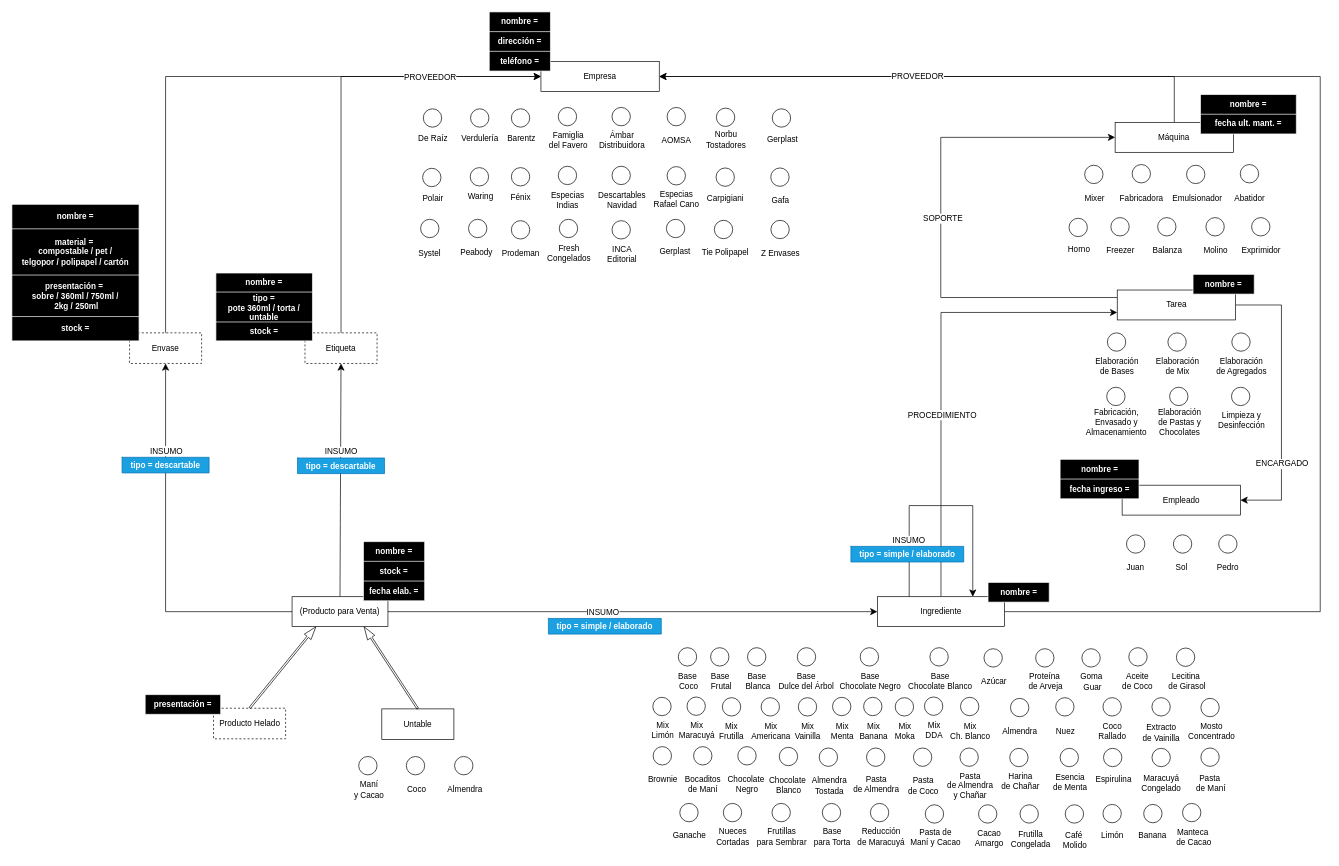
The draw.io diagram Modelo Heladería.drawio in franualba/diagrams, before the edit. Source tidied: cells renumbered, new cells numbered last; positions are measured from the earlier drawing's top-left corner, leaving out a move shared by most shapes. Both pictures are drawn from the tidied source at 68%, with x=0, y=0 at pixel (12, 12).
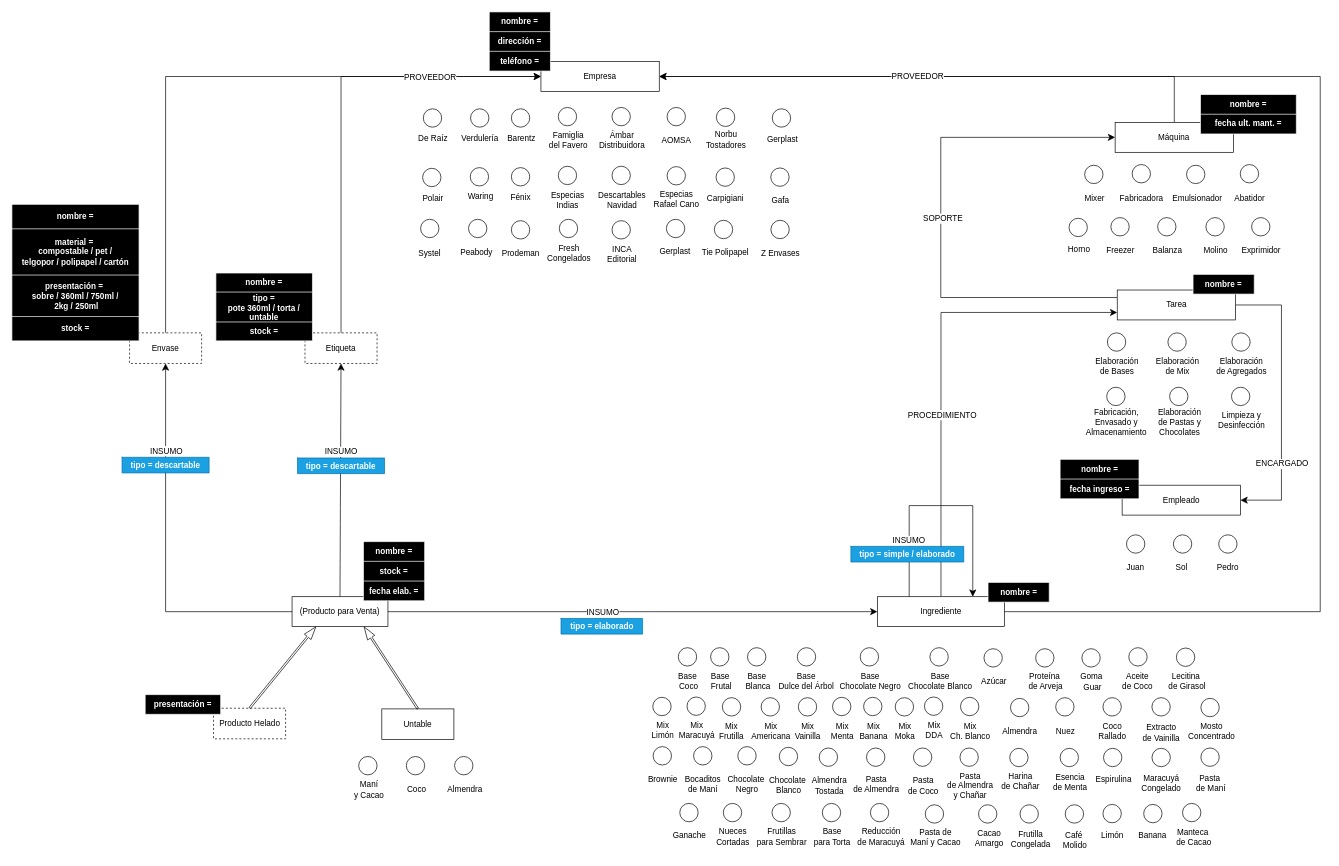
Above is the later version.

Change to the diagram source:
```diff
@@
     <mxCell id="278" style="shape=table;startSize=0;childLayout=tableLayout;fillColor=#1ba1e2;strokeColor=#006EAF;labelPosition=left;verticalLabelPosition=middle;align=right;verticalAlign=middle;fontColor=#ffffff;" parent="1" vertex="1">
-      <mxGeometry x="789" y="892" width="166" height="23" as="geometry" />
+      <mxGeometry x="807.5" y="892" width="120" height="23" as="geometry" />
     </mxCell>
     <mxCell id="279" style="shape=tableRow;horizontal=0;startSize=0;swimlaneHead=0;swimlaneBody=0;strokeColor=inherit;top=0;left=0;bottom=0;right=0;fillColor=none;" parent="278" vertex="1">
-      <mxGeometry width="166" height="23" as="geometry" />
+      <mxGeometry width="120" height="23" as="geometry" />
     </mxCell>
-    <mxCell id="280" value="&lt;div&gt;&lt;font color=&quot;#ffffff&quot;&gt;tipo = simple / elaborado&lt;/font&gt;&lt;/div&gt;" style="shape=partialRectangle;html=1;whiteSpace=wrap;strokeColor=inherit;overflow=hidden;fillColor=none;top=0;left=0;bottom=0;right=0;fontStyle=1;fontSize=12;" parent="279" vertex="1">
-      <mxGeometry width="166" height="23" as="geometry" />
+    <mxCell id="280" value="&lt;div&gt;&lt;font color=&quot;#ffffff&quot;&gt;tipo = elaborado&lt;br&gt;&lt;/font&gt;&lt;/div&gt;" style="shape=partialRectangle;html=1;whiteSpace=wrap;strokeColor=inherit;overflow=hidden;fillColor=none;top=0;left=0;bottom=0;right=0;fontStyle=1;fontSize=12;" parent="279" vertex="1">
+      <mxGeometry width="120" height="23" as="geometry" />
     </mxCell>
```
